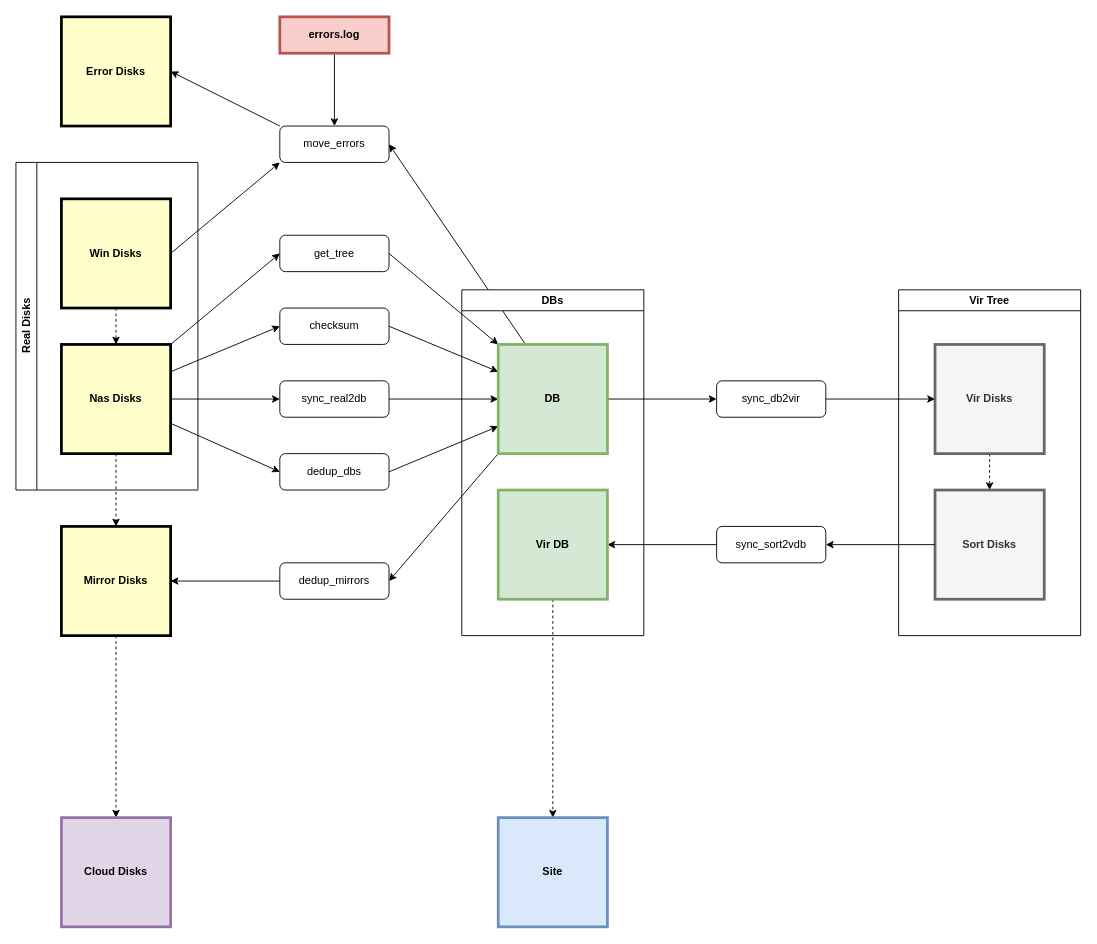
Before: assets/charts.drawio in vagra/botools, a draw.io diagram. Source tidied: cells renumbered, new cells numbered last; positions are measured from the earlier drawing's top-left corner, leaving out a move shared by most shapes. Both pictures are drawn from the tidied source at 91%, with x=0, y=0 at pixel (15, 16).
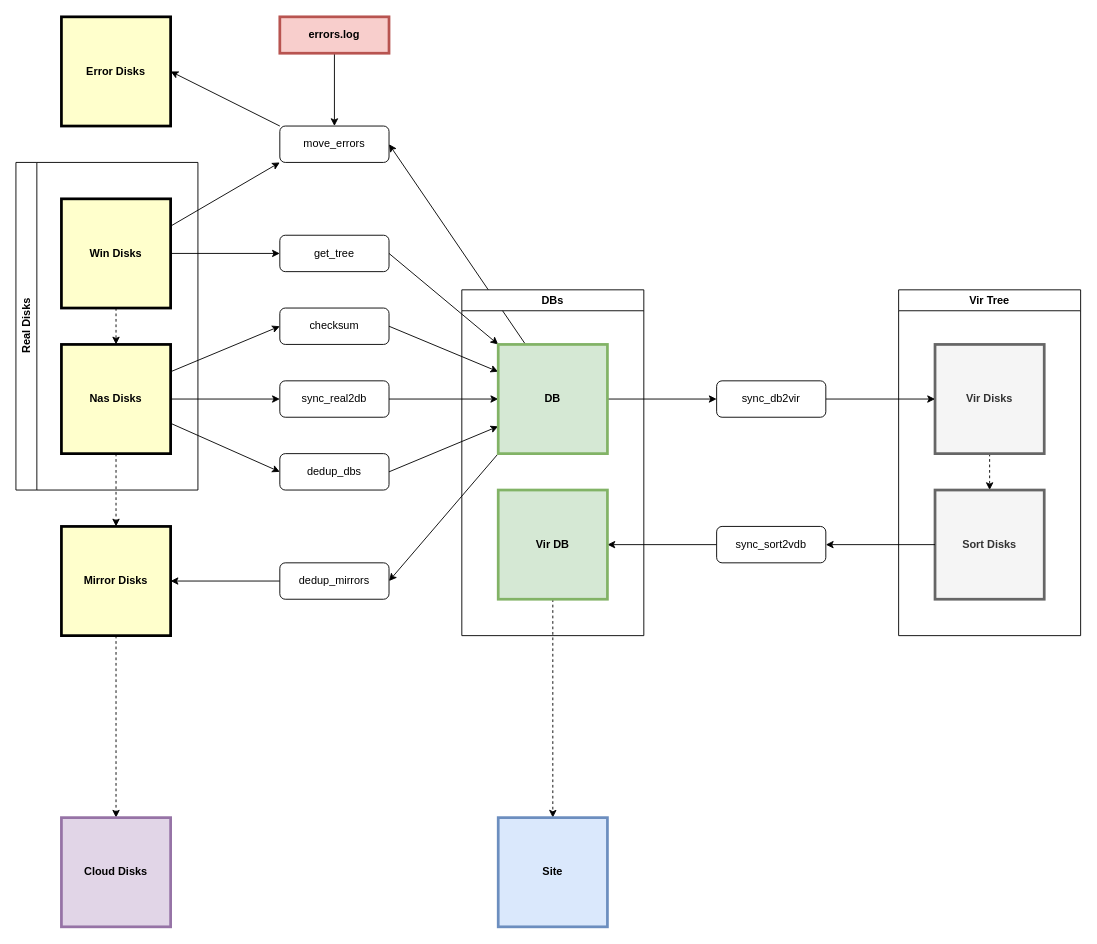
The same page after the edit.

Unchanged cells that the change refers to:
```xml
<mxCell id="20" value="get_tree" style="rounded=1;whiteSpace=wrap;html=1;" parent="1" vertex="1">
  <mxGeometry x="290" y="240" width="120" height="40" as="geometry" />
</mxCell>
<mxCell id="30" value="move_errors" style="rounded=1;whiteSpace=wrap;html=1;" parent="1" vertex="1">
  <mxGeometry x="290" y="120" width="120" height="40" as="geometry" />
</mxCell>
<mxCell id="47" value="Win Disks" style="whiteSpace=wrap;align=center;verticalAlign=middle;fontStyle=1;strokeWidth=3;fillColor=#FFFFCC;" parent="44" vertex="1">
  <mxGeometry x="50" y="40" width="120" height="120" as="geometry" />
</mxCell>
```

What changed in the source:
```diff
@@
-    <mxCell id="9" style="rounded=0;jettySize=auto;html=1;entryX=0;entryY=0.5;entryDx=0;entryDy=0;" parent="1" edge="1" target="20">
-      <mxGeometry relative="1" as="geometry">
-        <mxPoint x="170" y="360" as="sourcePoint" />
-      </mxGeometry>
+    <mxCell id="9" style="rounded=0;jettySize=auto;html=1;entryX=0;entryY=0.5;entryDx=0;entryDy=0;exitX=1;exitY=0.5;exitDx=0;exitDy=0;" parent="1" edge="1" source="47" target="20">
+      <mxGeometry relative="1" as="geometry" />
     </mxCell>
@@
-    <mxCell id="33" style="rounded=0;jettySize=auto;html=1;entryX=0;entryY=1;entryDx=0;entryDy=0;exitX=1;exitY=0.5;exitDx=0;exitDy=0;" parent="1" edge="1" source="47" target="30">
+    <mxCell id="33" style="rounded=0;jettySize=auto;html=1;entryX=0;entryY=1;entryDx=0;entryDy=0;exitX=1;exitY=0.25;exitDx=0;exitDy=0;" parent="1" edge="1" source="47" target="30">
       <mxGeometry relative="1" as="geometry" />
     </mxCell>
```
